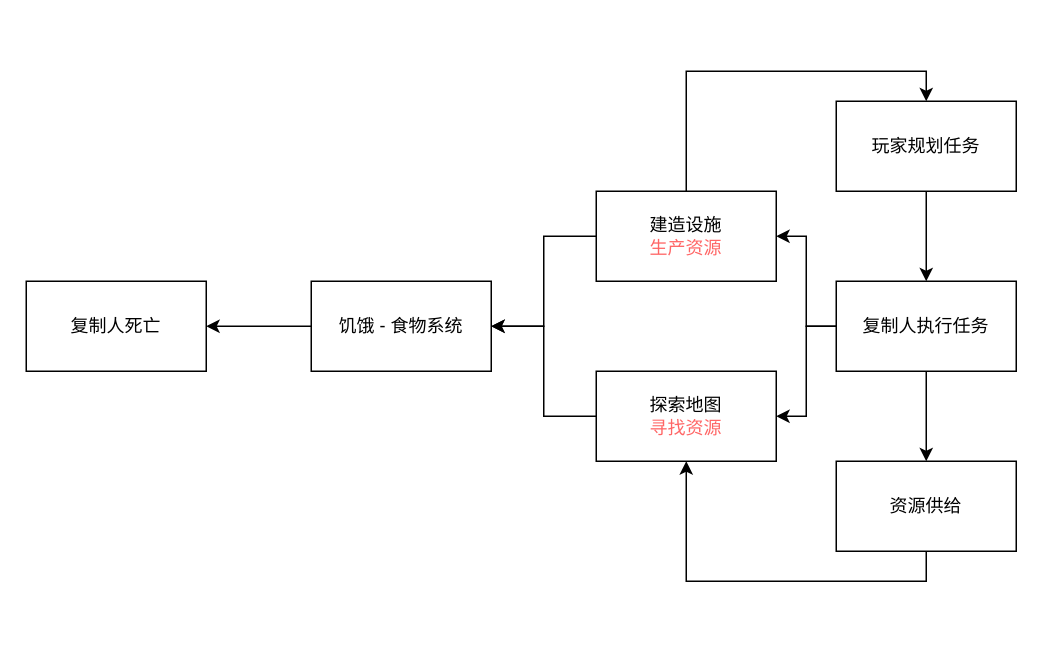
The draw.io diagram 缺氧游戏系统绘图/缺氧游戏系统.drawio in MaxLiang91/draw, before the edit. Source tidied: cells renumbered, new cells numbered last; positions are measured from the earlier drawing's top-left corner, leaving out a move shared by most shapes. Both pictures are drawn from the tidied source at 150%, with x=0, y=0 at pixel (26, 100).
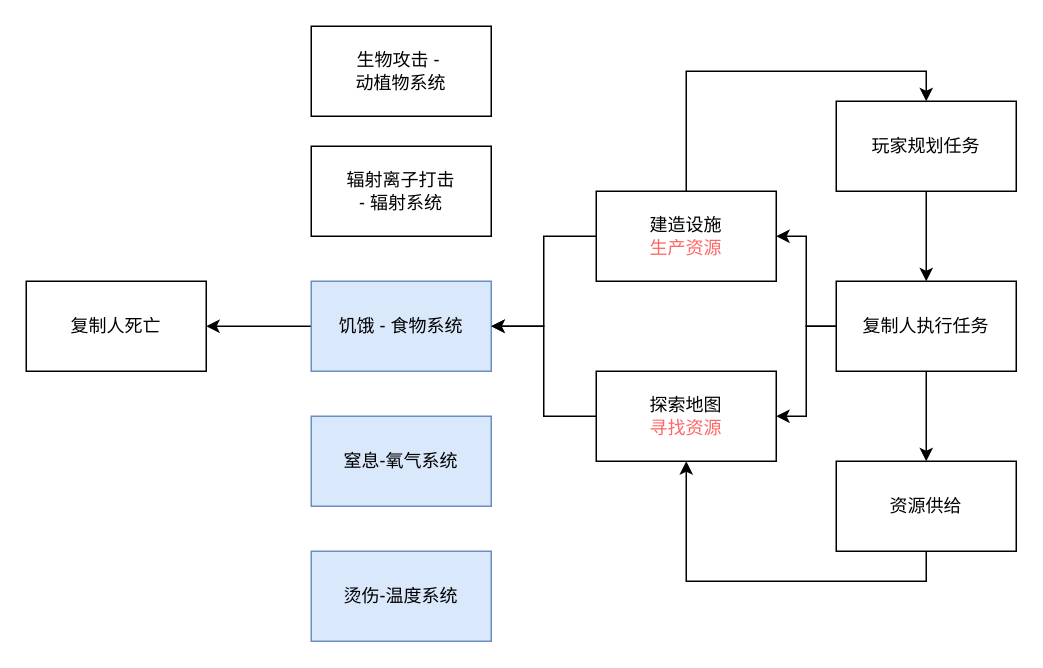
The same page after the edit.

Commit message:
更新缺氧游戏系统.drawio

Diff of the diagram source:
```diff
@@
-    <mxCell id="3" value="饥饿 - 食物系统" style="rounded=0;whiteSpace=wrap;html=1;" parent="1" vertex="1">
+    <mxCell id="3" value="饥饿 - 食物系统" style="rounded=0;whiteSpace=wrap;html=1;fillColor=#dae8fc;strokeColor=#6c8ebf;" parent="1" vertex="1">
       <mxGeometry x="190" y="120" width="120" height="60" as="geometry" />
     </mxCell>
@@
+    <mxCell id="18" value="窒息-氧气系统" style="rounded=0;whiteSpace=wrap;html=1;fillColor=#dae8fc;strokeColor=#6c8ebf;" parent="1" vertex="1">
+      <mxGeometry x="190" y="210" width="120" height="60" as="geometry" />
+    </mxCell>
+    <mxCell id="19" value="辐射离子打击&lt;br&gt;- 辐射系统" style="rounded=0;whiteSpace=wrap;html=1;" parent="1" vertex="1">
+      <mxGeometry x="190" y="30" width="120" height="60" as="geometry" />
+    </mxCell>
+    <mxCell id="20" value="生物攻击 -&amp;nbsp;&lt;br&gt;动植物系统" style="rounded=0;whiteSpace=wrap;html=1;" parent="1" vertex="1">
+      <mxGeometry x="190" y="-50" width="120" height="60" as="geometry" />
+    </mxCell>
+    <mxCell id="21" value="烫伤-温度系统" style="rounded=0;whiteSpace=wrap;html=1;fillColor=#dae8fc;strokeColor=#6c8ebf;" parent="1" vertex="1">
+      <mxGeometry x="190" y="300" width="120" height="60" as="geometry" />
+    </mxCell>
```
